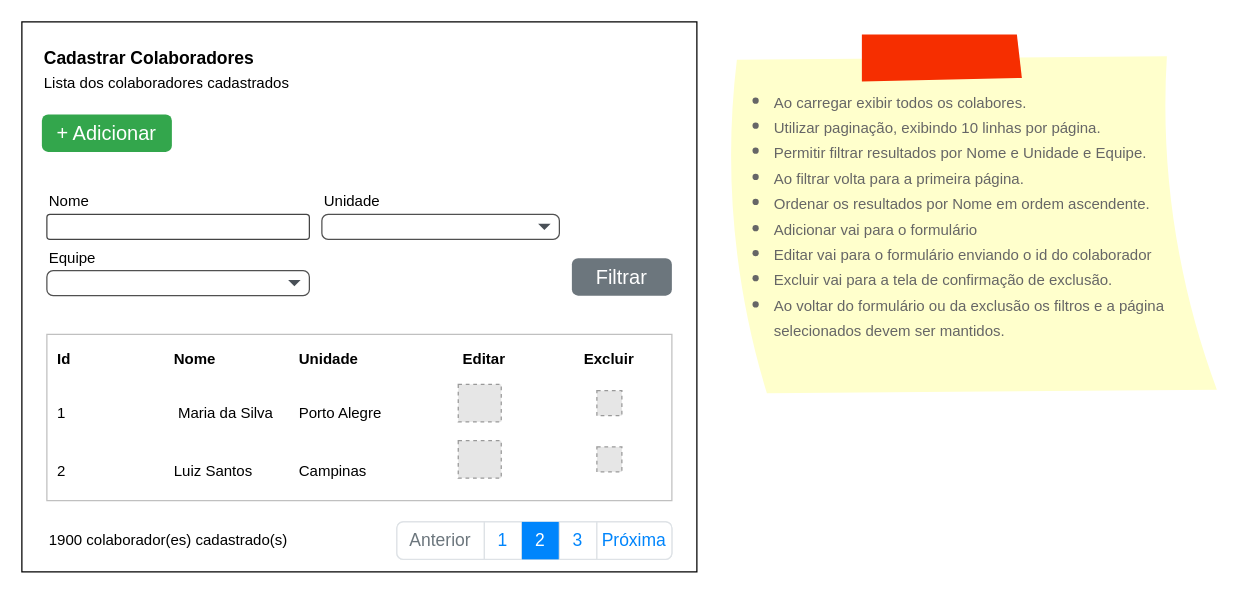
The draw.io diagram Wireframes/Colaborador List.drawio in maurmann/Eldorado_Team_Manager, before the edit. Source tidied: cells renumbered, new cells numbered last; positions are measured from the earlier drawing's top-left corner, leaving out a move shared by most shapes. Both pictures are drawn from the tidied source at 125%, with x=0, y=0 at pixel (21, 21). Pictures stored in the file or linked from it are replaced by grey dashed boxes.
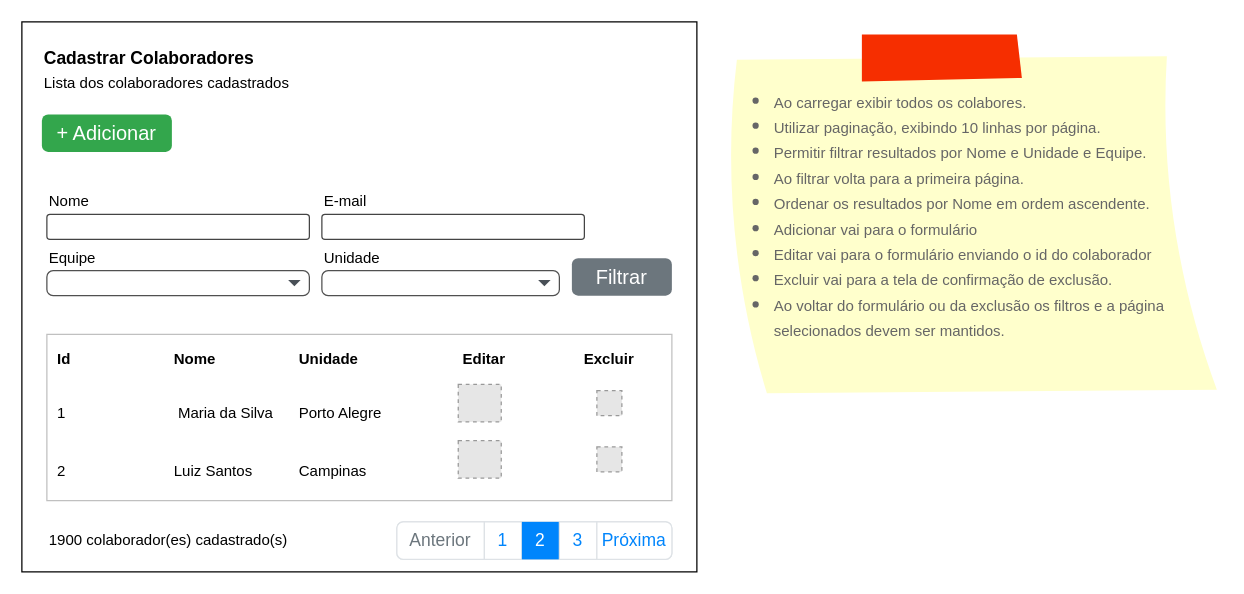
The same diagram, later.

What changed in the source:
```diff
@@
     <mxCell id="38" style="html=1;shadow=0;dashed=0;shape=mxgraph.bootstrap.rrect;rSize=5;strokeColor=#505050;strokeWidth=1;fillColor=#ffffff;fontColor=#777777;whiteSpace=wrap;align=left;verticalAlign=middle;fontStyle=0;fontSize=12;spacing=15;" parent="1" vertex="1">
-      <mxGeometry x="240" y="154" width="190" height="20" as="geometry" />
+      <mxGeometry x="240" y="199" width="190" height="20" as="geometry" />
     </mxCell>
@@
     <mxCell id="41" value="Unidade" style="text;html=1;strokeColor=none;fillColor=none;align=left;verticalAlign=middle;whiteSpace=wrap;rounded=0;" parent="1" vertex="1">
-      <mxGeometry x="240" y="129" width="60" height="30" as="geometry" />
+      <mxGeometry x="240" y="174" width="60" height="30" as="geometry" />
     </mxCell>
@@
+    <mxCell id="46" style="strokeWidth=1;html=1;shadow=0;dashed=0;shape=mxgraph.ios.iTextInput;strokeColor=#444444;buttonText=;fontSize=8;whiteSpace=wrap;align=left;" parent="1" vertex="1">
+      <mxGeometry x="240" y="154" width="210" height="20" as="geometry" />
+    </mxCell>
+    <mxCell id="47" value="E-mail" style="text;html=1;strokeColor=none;fillColor=none;align=left;verticalAlign=middle;whiteSpace=wrap;rounded=0;" parent="1" vertex="1">
+      <mxGeometry x="240" y="129" width="60" height="30" as="geometry" />
+    </mxCell>
```
